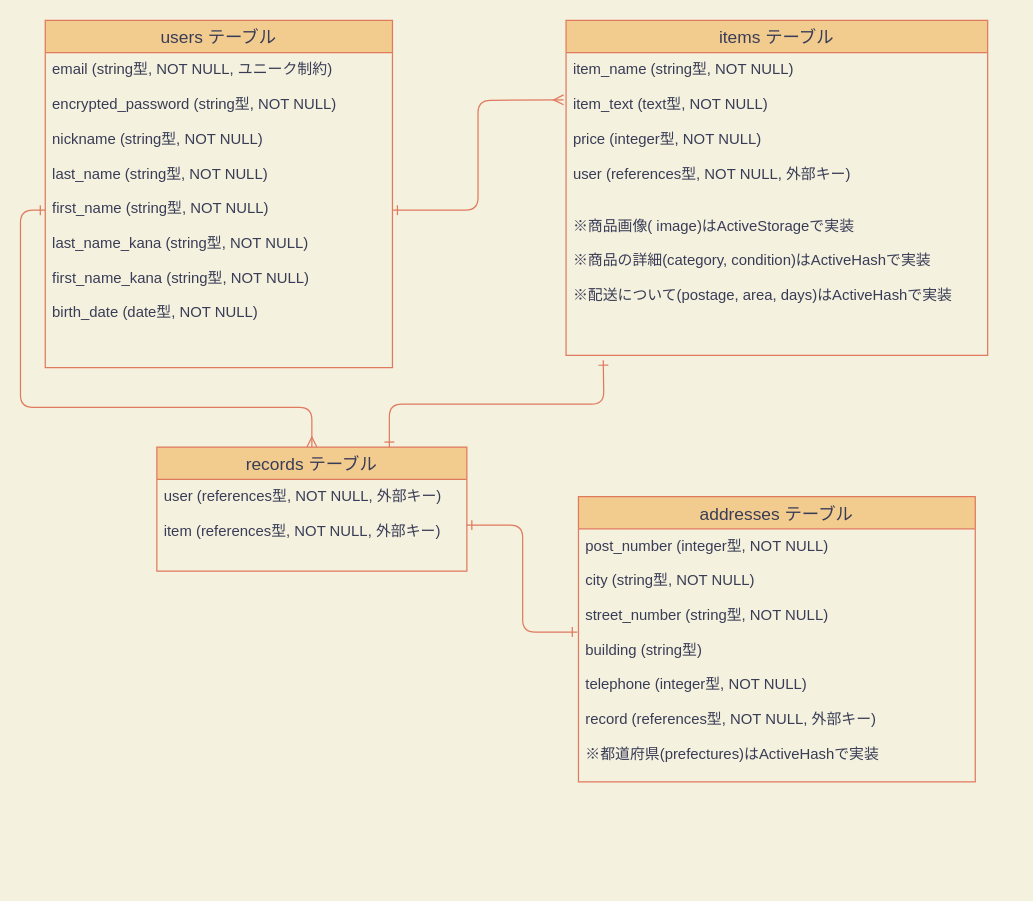
arahito1994/furima-36996 keeps this draw.io diagram as Furima-36996.dio. Above is the earlier version. Source tidied: cells renumbered, new cells numbered last; positions are measured from the earlier drawing's top-left corner, leaving out a move shared by most shapes. Both pictures are drawn from the tidied source at 124%, with x=0, y=0 at pixel (45, 20).
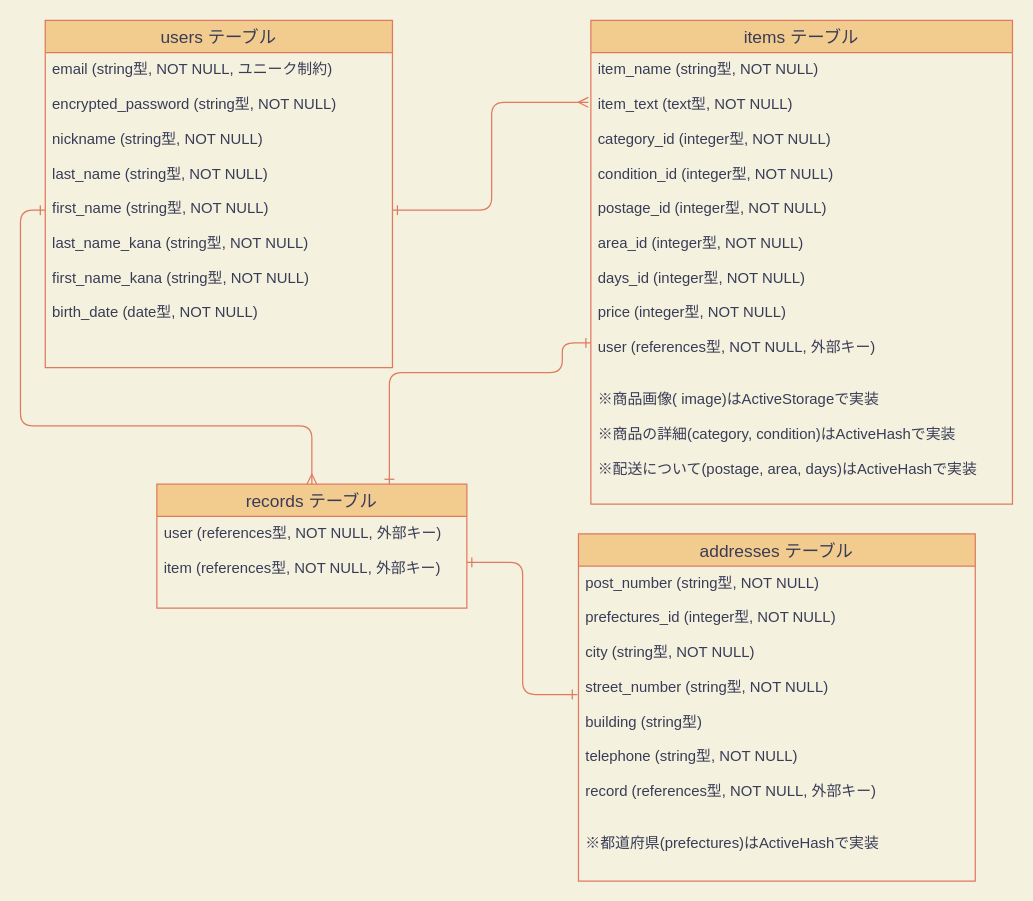
Above is the later version.

Commit message (it also covers changes not shown here):
ER図、README修正

Change to the diagram source:
```diff
@@
 <mxGraphModel background="#F4F1DE">
   <root>
     <mxCell id="0" />
     <mxCell id="1" parent="0" />
     <mxCell id="2" value="users テーブル" style="swimlane;fontStyle=0;horizontal=1;startSize=26;align=center;fontSize=14;rounded=0;sketch=0;fillColor=#F2CC8F;strokeColor=#E07A5F;fontColor=#393C56;" parent="1" vertex="1">
       <mxGeometry width="280" height="280" as="geometry" />
     </mxCell>
     <mxCell id="3" value="email (string型, NOT NULL, ユニーク制約)&#10;&#10;encrypted_password (string型, NOT NULL)&#10;&#10;nickname (string型, NOT NULL)&#10;&#10;last_name (string型, NOT NULL)&#10;&#10;first_name (string型, NOT NULL)&#10;&#10;last_name_kana (string型, NOT NULL)&#10;&#10;first_name_kana (string型, NOT NULL)&#10;&#10;birth_date (date型, NOT NULL)" style="text;strokeColor=none;fillColor=none;spacingLeft=4;spacingRight=4;overflow=hidden;points=[[0,0.5],[1,0.5]];portConstraint=eastwest;fontSize=12;fontColor=#393C56;" parent="2" vertex="1">
       <mxGeometry y="26" width="280" height="254" as="geometry" />
     </mxCell>
     <mxCell id="4" style="edgeStyle=orthogonalEdgeStyle;curved=0;rounded=1;sketch=0;jettySize=auto;html=1;exitX=0.75;exitY=0;exitDx=0;exitDy=0;startArrow=ERone;startFill=0;endArrow=ERone;endFill=0;strokeColor=#E07A5F;fontColor=#393C56;labelBackgroundColor=#F4F1DE;" parent="1" edge="1" source="5">
       <mxGeometry relative="1" as="geometry">
-        <mxPoint x="450" y="274" as="targetPoint" />
+        <mxPoint x="440" y="260" as="targetPoint" />
+        <Array as="points">
+          <mxPoint x="278" y="284" />
+          <mxPoint x="417" y="284" />
+        </Array>
       </mxGeometry>
     </mxCell>
     <mxCell id="5" value="records テーブル" style="swimlane;fontStyle=0;horizontal=1;startSize=26;align=center;fontSize=14;rounded=0;sketch=0;fillColor=#F2CC8F;strokeColor=#E07A5F;fontColor=#393C56;" parent="1" vertex="1">
-      <mxGeometry x="90" y="344" width="250" height="100" as="geometry" />
+      <mxGeometry x="90" y="374" width="250" height="100" as="geometry" />
     </mxCell>
     <mxCell id="6" value="user (references型, NOT NULL, 外部キー)&#10;&#10;item (references型, NOT NULL, 外部キー)" style="text;strokeColor=none;fillColor=none;spacingLeft=4;spacingRight=4;overflow=hidden;points=[[0,0.5],[1,0.5]];portConstraint=eastwest;fontSize=12;fontColor=#393C56;" parent="5" vertex="1">
       <mxGeometry y="26" width="250" height="74" as="geometry" />
     </mxCell>
     <mxCell id="7" value="items テーブル" style="swimlane;fontStyle=0;horizontal=1;startSize=26;align=center;fontSize=14;rounded=0;sketch=0;fillColor=#F2CC8F;strokeColor=#E07A5F;fontColor=#393C56;" parent="1" vertex="1">
-      <mxGeometry x="420" width="340" height="270" as="geometry" />
+      <mxGeometry x="440" width="340" height="390" as="geometry" />
     </mxCell>
-    <mxCell id="8" value="item_name (string型, NOT NULL)&#10;&#10;item_text (text型, NOT NULL)&#10;&#10;price (integer型, NOT NULL)&#10;&#10;user (references型, NOT NULL, 外部キー)&#10;&#10;&#10;※商品画像( image)はActiveStorageで実装&#10;&#10;※商品の詳細(category, condition)はActiveHashで実装&#10;&#10;※配送について(postage, area, days)はActiveHashで実装&#10;" style="text;spacingLeft=4;spacingRight=4;overflow=hidden;points=[[0,0.5],[1,0.5]];portConstraint=eastwest;fontSize=12;fontColor=#393C56;" parent="7" vertex="1">
-      <mxGeometry y="26" width="340" height="244" as="geometry" />
+    <mxCell id="8" value="item_name (string型, NOT NULL)&#10;&#10;item_text (text型, NOT NULL)&#10;&#10;category_id (integer型, NOT NULL)&#10;&#10;condition_id (integer型, NOT NULL)&#10;&#10;postage_id (integer型, NOT NULL)&#10;&#10;area_id (integer型, NOT NULL)&#10;&#10;days_id (integer型, NOT NULL)&#10;&#10;price (integer型, NOT NULL)&#10;&#10;user (references型, NOT NULL, 外部キー)&#10;&#10;&#10;※商品画像( image)はActiveStorageで実装&#10;&#10;※商品の詳細(category, condition)はActiveHashで実装&#10;&#10;※配送について(postage, area, days)はActiveHashで実装&#10;" style="text;spacingLeft=4;spacingRight=4;overflow=hidden;points=[[0,0.5],[1,0.5]];portConstraint=eastwest;fontSize=12;fontColor=#393C56;" parent="7" vertex="1">
+      <mxGeometry y="26" width="340" height="364" as="geometry" />
     </mxCell>
     <mxCell id="9" value="addresses テーブル" style="swimlane;fontStyle=0;horizontal=1;startSize=26;align=center;fontSize=14;rounded=0;sketch=0;fillColor=#F2CC8F;strokeColor=#E07A5F;fontColor=#393C56;" parent="1" vertex="1">
-      <mxGeometry x="430" y="384" width="320" height="230" as="geometry" />
+      <mxGeometry x="430" y="414" width="320" height="280" as="geometry" />
     </mxCell>
-    <mxCell id="10" value="post_number (integer型, NOT NULL)&#10;&#10;city (string型, NOT NULL)&#10;&#10;street_number (string型, NOT NULL)&#10;&#10;building (string型)&#10;&#10;telephone (integer型, NOT NULL)&#10;&#10;record (references型, NOT NULL, 外部キー)&#10;&#10;※都道府県(prefectures)はActiveHashで実装&#10;" style="text;strokeColor=none;fillColor=none;spacingLeft=4;spacingRight=4;overflow=hidden;points=[[0,0.5],[1,0.5]];portConstraint=eastwest;fontSize=12;fontColor=#393C56;" parent="9" vertex="1">
-      <mxGeometry y="26" width="320" height="204" as="geometry" />
+    <mxCell id="10" value="post_number (string型, NOT NULL)&#10;&#10;prefectures_id (integer型, NOT NULL)&#10;&#10;city (string型, NOT NULL)&#10;&#10;street_number (string型, NOT NULL)&#10;&#10;building (string型)&#10;&#10;telephone (string型, NOT NULL)&#10;&#10;record (references型, NOT NULL, 外部キー)&#10;&#10;&#10;※都道府県(prefectures)はActiveHashで実装&#10;" style="text;strokeColor=none;fillColor=none;spacingLeft=4;spacingRight=4;overflow=hidden;points=[[0,0.5],[1,0.5]];portConstraint=eastwest;fontSize=12;fontColor=#393C56;" parent="9" vertex="1">
+      <mxGeometry y="26" width="320" height="254" as="geometry" />
     </mxCell>
-    <mxCell id="11" style="edgeStyle=orthogonalEdgeStyle;curved=0;rounded=1;sketch=0;jettySize=auto;html=1;exitX=1;exitY=0.5;exitDx=0;exitDy=0;endArrow=ERmany;endFill=0;startArrow=ERone;startFill=0;strokeColor=#E07A5F;fontColor=#393C56;labelBackgroundColor=#F4F1DE;" parent="1" edge="1" source="3">
-      <mxGeometry relative="1" as="geometry">
-        <mxPoint x="418" y="64" as="targetPoint" />
-      </mxGeometry>
+    <mxCell id="11" style="edgeStyle=orthogonalEdgeStyle;curved=0;rounded=1;sketch=0;jettySize=auto;html=1;exitX=1;exitY=0.5;exitDx=0;exitDy=0;endArrow=ERmany;endFill=0;startArrow=ERone;startFill=0;strokeColor=#E07A5F;fontColor=#393C56;labelBackgroundColor=#F4F1DE;entryX=-0.006;entryY=0.11;entryDx=0;entryDy=0;entryPerimeter=0;" parent="1" edge="1" source="3" target="8">
+      <mxGeometry relative="1" as="geometry" />
     </mxCell>
     <mxCell id="12" style="edgeStyle=orthogonalEdgeStyle;curved=0;rounded=1;sketch=0;jettySize=auto;html=1;exitX=0;exitY=0.5;exitDx=0;exitDy=0;entryX=0.5;entryY=0;entryDx=0;entryDy=0;startArrow=ERone;startFill=0;endArrow=ERmany;endFill=0;strokeColor=#E07A5F;fontColor=#393C56;labelBackgroundColor=#F4F1DE;" parent="1" edge="1" source="3" target="5">
       <mxGeometry relative="1" as="geometry" />
     </mxCell>
     <mxCell id="13" style="edgeStyle=orthogonalEdgeStyle;curved=0;rounded=1;sketch=0;jettySize=auto;html=1;exitX=1;exitY=0.5;exitDx=0;exitDy=0;entryX=-0.003;entryY=0.408;entryDx=0;entryDy=0;entryPerimeter=0;startArrow=ERone;startFill=0;endArrow=ERone;endFill=0;strokeColor=#E07A5F;fontColor=#393C56;labelBackgroundColor=#F4F1DE;" parent="1" edge="1" source="6" target="10">
       <mxGeometry relative="1" as="geometry" />
     </mxCell>
   </root>
 </mxGraphModel>
```
